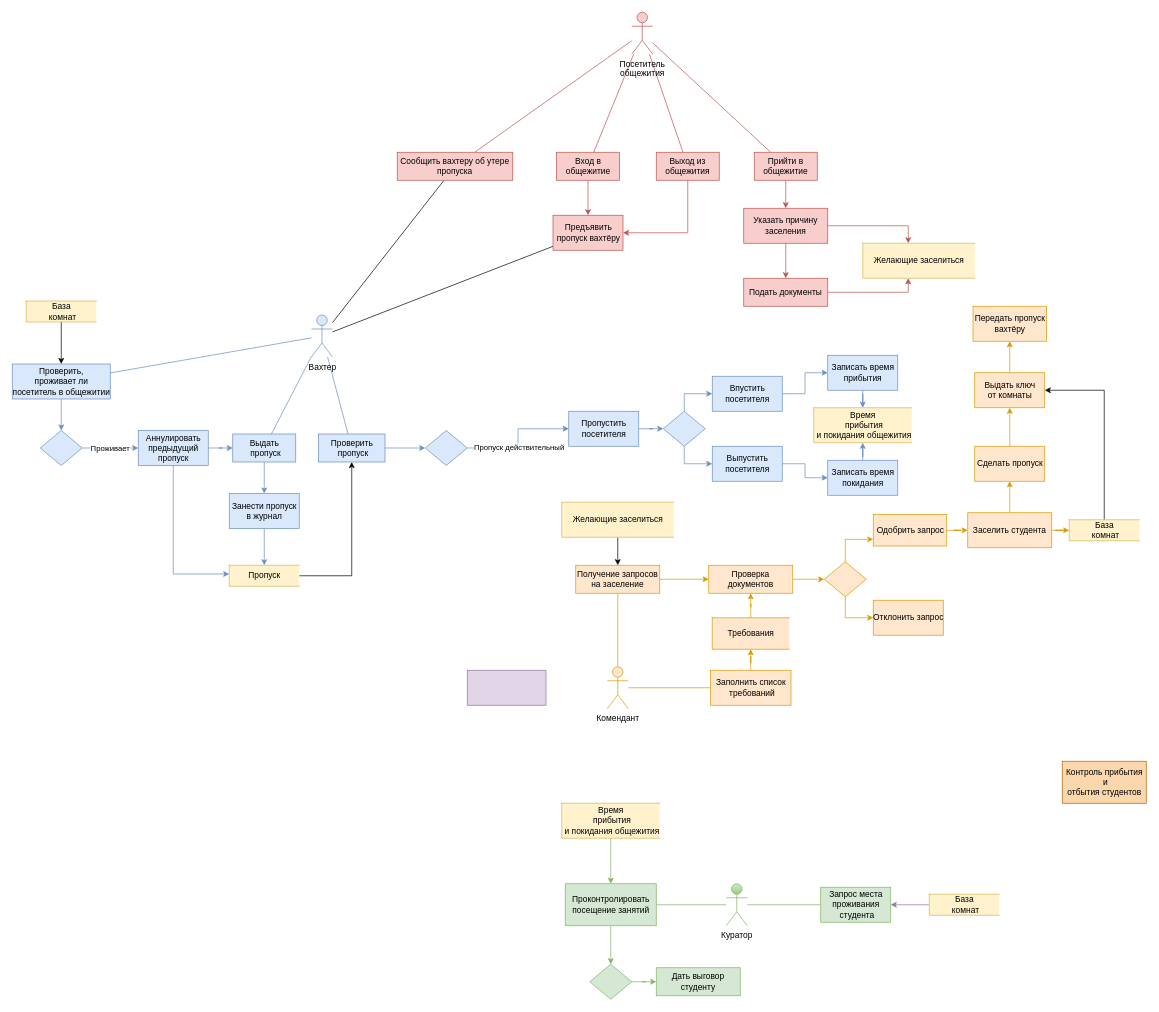
Before: DFD (2).drawio in jsfrau/Zamay, a draw.io diagram. Source tidied: cells renumbered, new cells numbered last; positions are measured from the earlier drawing's top-left corner, leaving out a move shared by most shapes. Both pictures are drawn from the tidied source at 70%, with x=0, y=0 at pixel (12, 12).
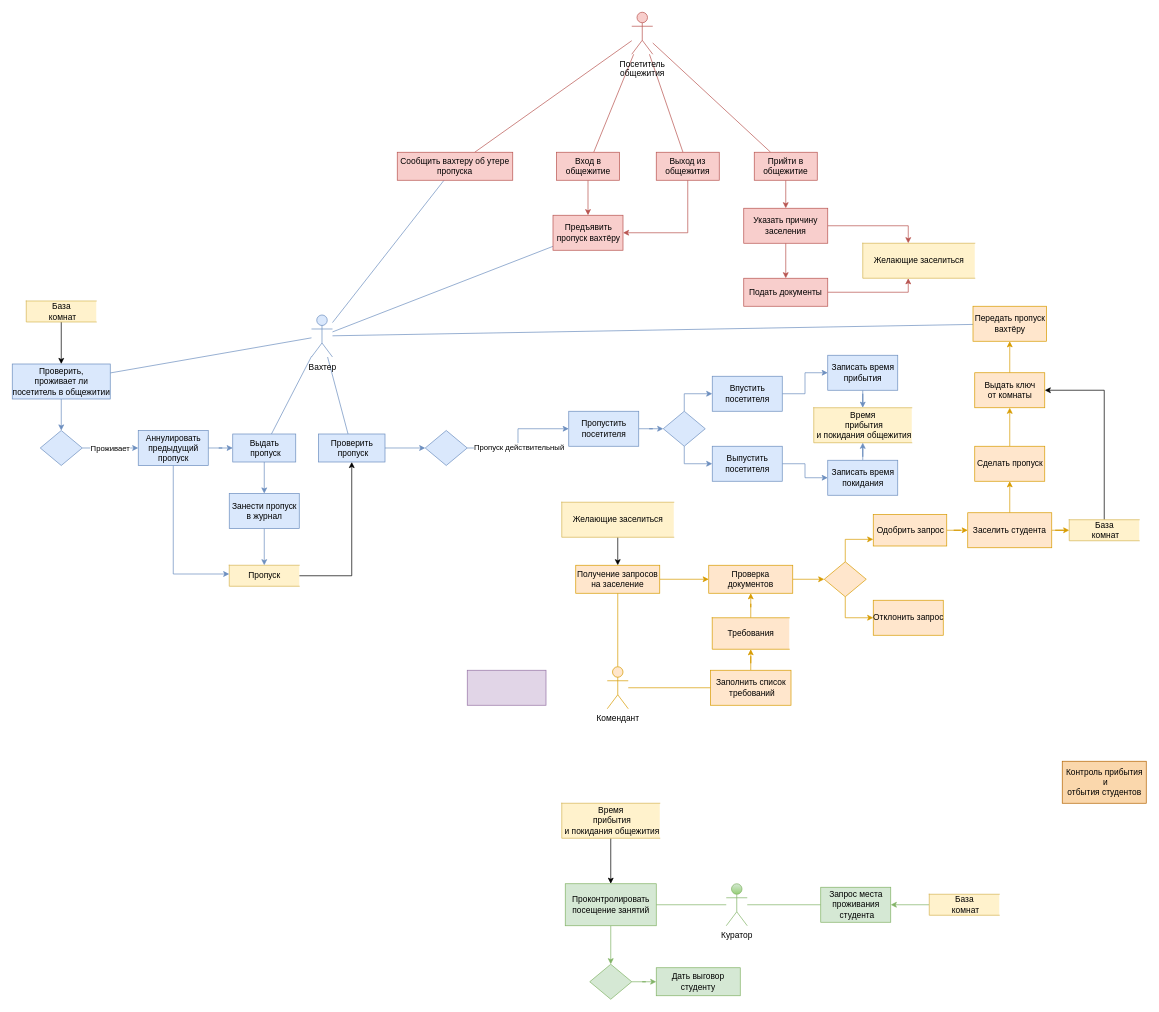
The same page after the edit.

The change refers to these unchanged cells:
```xml
<mxCell id="12" value="&lt;span&gt;Сообщить вахтеру об утере пропуска&lt;/span&gt;" style="rounded=0;whiteSpace=wrap;html=1;fillColor=#f8cecc;strokeColor=#b85450;" parent="1" vertex="1">
  <mxGeometry x="550" y="200" width="165" height="40" as="geometry" />
</mxCell>
<mxCell id="16" value="Вахтер" style="shape=umlActor;verticalLabelPosition=bottom;verticalAlign=top;html=1;outlineConnect=0;fillColor=#dae8fc;strokeColor=#6c8ebf;" parent="1" vertex="1">
  <mxGeometry x="427.5" y="432.5" width="30" height="60" as="geometry" />
</mxCell>
<mxCell id="26" value="База&lt;br&gt;&amp;nbsp;комнат" style="html=1;dashed=0;whitespace=wrap;shape=partialRectangle;right=0;fillColor=#fff2cc;strokeColor=#d6b656;" parent="1" vertex="1">
  <mxGeometry x="1310" y="1260" width="100" height="30" as="geometry" />
</mxCell>
<mxCell id="32" value="&lt;span&gt;Запрос места&lt;/span&gt;&lt;br&gt;&lt;span&gt;проживания&lt;br&gt;&amp;nbsp;студента&lt;/span&gt;" style="html=1;dashed=0;whitespace=wrap;fillColor=#d5e8d4;strokeColor=#82b366;" parent="1" vertex="1">
  <mxGeometry x="1155" y="1250" width="100" height="50" as="geometry" />
</mxCell>
<mxCell id="34" value="&lt;span&gt;Время&lt;br&gt;&amp;nbsp;прибытия&lt;br&gt;&amp;nbsp;и покидания общежития&lt;/span&gt;" style="html=1;dashed=0;whitespace=wrap;shape=partialRectangle;right=0;fillColor=#fff2cc;strokeColor=#d6b656;" parent="1" vertex="1">
  <mxGeometry x="785" y="1130" width="140" height="50" as="geometry" />
</mxCell>
<mxCell id="68" value="Проконтролировать&lt;br&gt;посещение занятий" style="html=1;dashed=0;whitespace=wrap;fillColor=#d5e8d4;strokeColor=#82b366;" parent="1" vertex="1">
  <mxGeometry x="790" y="1245" width="130" height="60" as="geometry" />
</mxCell>
<mxCell id="69" value="Передать пропуск&lt;br&gt;вахтёру" style="html=1;dashed=0;whitespace=wrap;fillColor=#ffe6cc;strokeColor=#d79b00;" parent="1" vertex="1">
  <mxGeometry x="1372.5" y="420" width="105" height="50" as="geometry" />
</mxCell>
<mxCell id="71" value="Предъявить&lt;br&gt;пропуск вахтёру" style="html=1;dashed=0;whitespace=wrap;fillColor=#f8cecc;strokeColor=#b85450;" parent="1" vertex="1">
  <mxGeometry x="772.5" y="290" width="100" height="50" as="geometry" />
</mxCell>
```

What changed in the source:
```diff
@@
-    <mxCell id="11" style="rounded=0;jettySize=auto;html=1;endArrow=none;endFill=0;" parent="1" edge="1" source="12" target="16">
+    <mxCell id="11" style="rounded=0;jettySize=auto;html=1;endArrow=none;endFill=0;fillColor=#dae8fc;strokeColor=#6c8ebf;" parent="1" edge="1" source="12" target="16">
       <mxGeometry relative="1" as="geometry" />
     </mxCell>
@@
+    <mxCell id="107" style="rounded=0;jettySize=auto;html=1;endArrow=none;endFill=0;fillColor=#dae8fc;strokeColor=#6c8ebf;" parent="1" edge="1" source="16" target="69">
+      <mxGeometry relative="1" as="geometry" />
+    </mxCell>
@@
-    <mxCell id="25" style="edgeStyle=orthogonalEdgeStyle;rounded=0;jettySize=auto;html=1;endArrow=classic;endFill=1;fillColor=#e1d5e7;strokeColor=#9673a6;" parent="1" edge="1" source="26" target="32">
+    <mxCell id="25" style="edgeStyle=orthogonalEdgeStyle;rounded=0;jettySize=auto;html=1;endArrow=classic;endFill=1;fillColor=#d5e8d4;strokeColor=#82b366;" parent="1" edge="1" source="26" target="32">
       <mxGeometry relative="1" as="geometry" />
     </mxCell>
@@
-    <mxCell id="33" style="edgeStyle=orthogonalEdgeStyle;rounded=0;jettySize=auto;html=1;endArrow=classic;endFill=1;fillColor=#d5e8d4;strokeColor=#82b366;" parent="1" edge="1" source="34" target="68">
+    <mxCell id="33" style="edgeStyle=orthogonalEdgeStyle;rounded=0;jettySize=auto;html=1;endArrow=classic;endFill=1;" parent="1" edge="1" source="34" target="68">
       <mxGeometry relative="1" as="geometry" />
     </mxCell>
@@
-    <mxCell id="70" style="rounded=0;jettySize=auto;html=1;endArrow=none;endFill=0;" parent="1" edge="1" source="71" target="16">
+    <mxCell id="70" style="rounded=0;jettySize=auto;html=1;endArrow=none;endFill=0;fillColor=#dae8fc;strokeColor=#6c8ebf;" parent="1" edge="1" source="71" target="16">
       <mxGeometry relative="1" as="geometry" />
     </mxCell>
```
